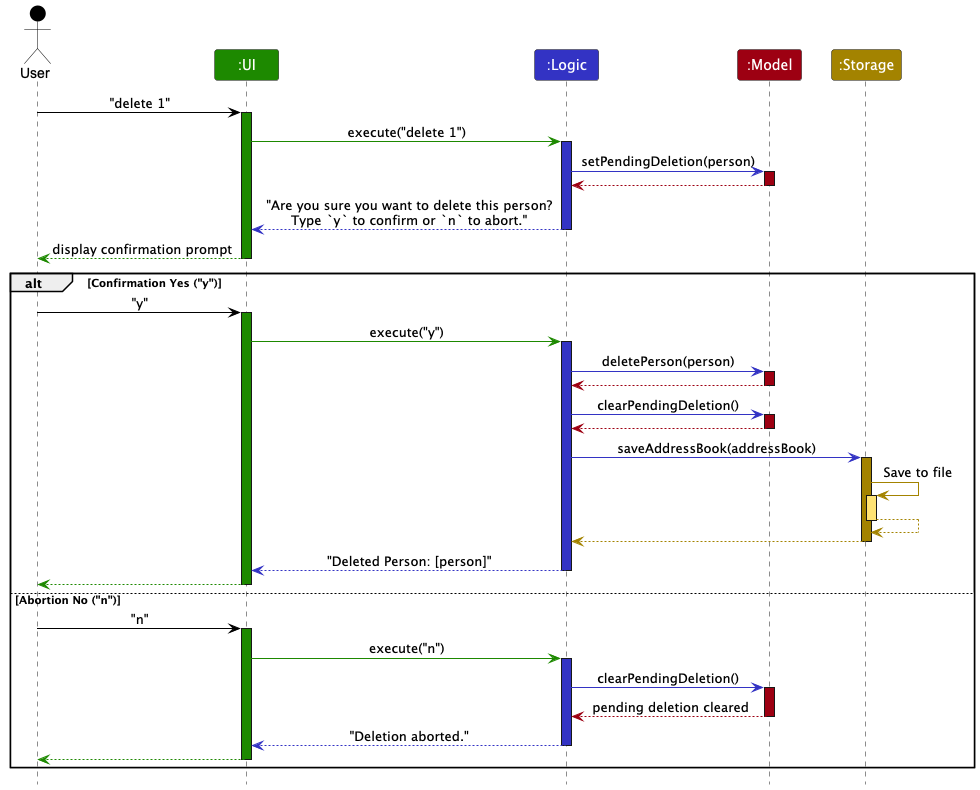
This is docs/images/ArchitectureSequenceDiagram.png from popova-mariia/tp, a PlantUML export, as it was before one commit.
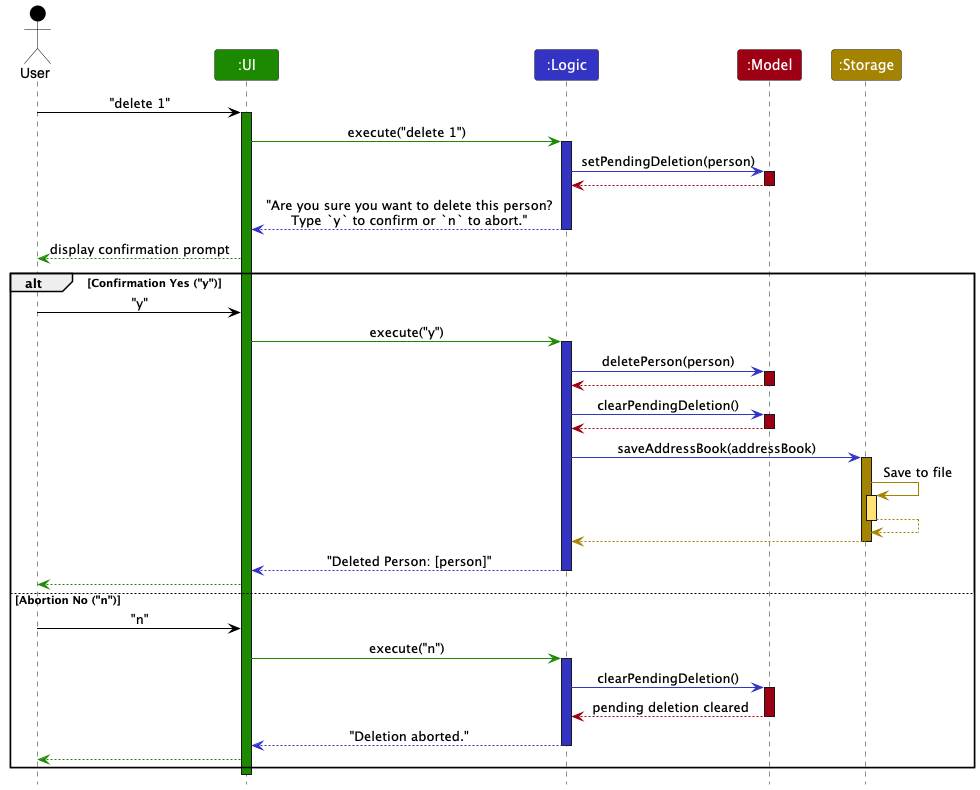
The same file after the commit.

Change to the diagram source:
```diff
@@ -24,11 +24,8 @@
 
 ui --[UI_COLOR]> user : display confirmation prompt
 
-deactivate ui
-
 alt Confirmation Yes ("y")
     user -[USER_COLOR]> ui : "y"
-    activate ui UI_COLOR
 
     ui -[UI_COLOR]> logic : execute("y")
     activate logic LOGIC_COLOR
@@ -58,10 +55,8 @@
     deactivate logic
 
     ui --[UI_COLOR]> user
-    deactivate ui
 else Abortion No ("n")
     user -[USER_COLOR]> ui : "n"
-    activate ui UI_COLOR
 
     ui -[UI_COLOR]> logic : execute("n")
     activate logic LOGIC_COLOR
@@ -75,7 +70,9 @@
     deactivate logic
 
     ui --[UI_COLOR]> user
-    deactivate ui
+
 end
 
+deactivate ui
+
 @enduml
```
